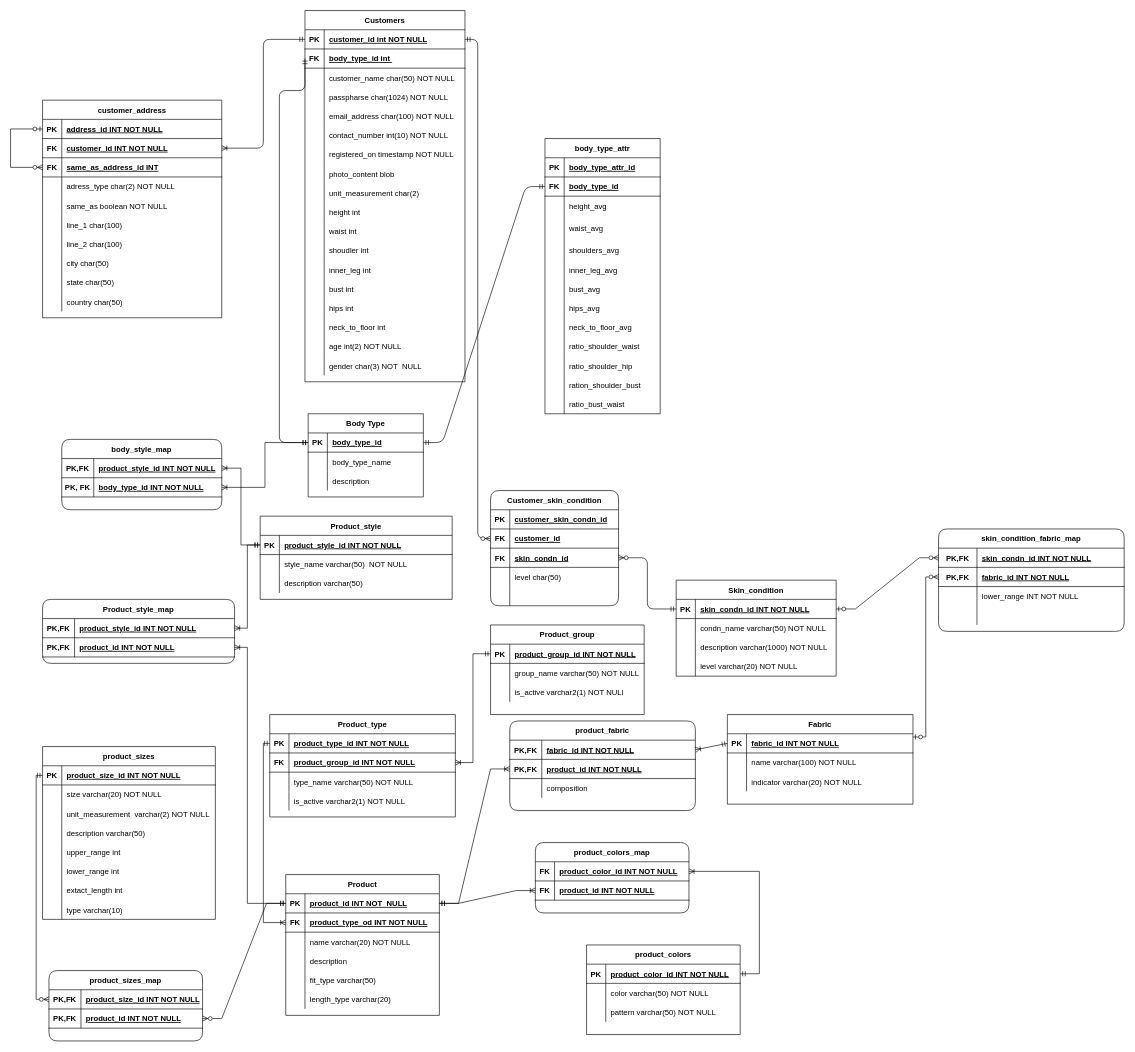
Above: docs/ER_H&M.drawio in saumya-sinha01/GET-YOUR-PERFECT-FIT_data225semproj (draw.io), before the change. Source tidied: cells renumbered, new cells numbered last; positions are measured from the earlier drawing's top-left corner, leaving out a move shared by most shapes. Both pictures are drawn from the tidied source at 64%, with x=0, y=0 at pixel (10, 10).
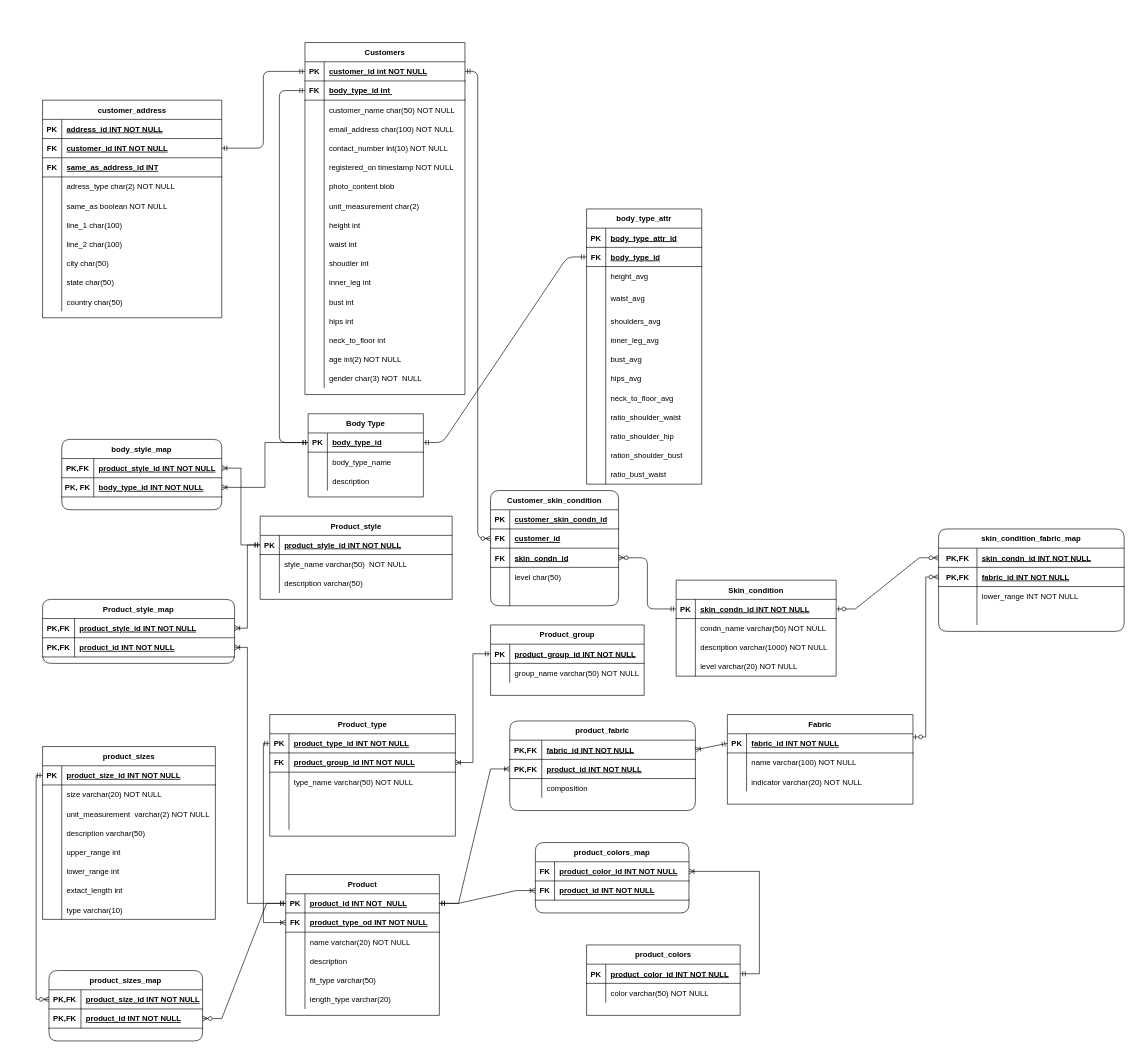
The same page after the edit.

The change refers to these unchanged cells:
```xml
<mxCell id="3" style="shape=partialRectangle;fillColor=none;points=[[0,0.5],[1,0.5]];portConstraint=eastwest;top=0;left=0;right=0;bottom=1;rounded=0;" parent="2" vertex="1">
  <mxGeometry y="30" width="250" height="30" as="geometry" />
</mxCell>
<mxCell id="168" value="customer_address" style="shape=table;startSize=30;childLayout=tableLayout;rowLines=0;fontStyle=1;align=center;rounded=0;swimlaneLine=1;" parent="1" vertex="1">
  <mxGeometry x="50" y="140" width="280" height="340" as="geometry" />
</mxCell>
<mxCell id="169" style="shape=tableRow;horizontal=0;startSize=0;swimlaneHead=0;swimlaneBody=0;fillColor=none;points=[[0,0.5],[1,0.5]];portConstraint=eastwest;top=0;left=0;right=0;bottom=1;rounded=0;" parent="168" vertex="1">
  <mxGeometry y="30" width="280" height="30" as="geometry" />
</mxCell>
<mxCell id="172" style="shape=tableRow;horizontal=0;startSize=0;swimlaneHead=0;swimlaneBody=0;fillColor=none;points=[[0,0.5],[1,0.5]];portConstraint=eastwest;top=0;left=0;right=0;bottom=1;rounded=0;" parent="168" vertex="1">
  <mxGeometry y="60" width="280" height="30" as="geometry" />
</mxCell>
<mxCell id="175" style="shape=tableRow;horizontal=0;startSize=0;swimlaneHead=0;swimlaneBody=0;fillColor=none;points=[[0,0.5],[1,0.5]];portConstraint=eastwest;top=0;left=0;right=0;bottom=1;rounded=0;" parent="168" vertex="1">
  <mxGeometry y="90" width="280" height="30" as="geometry" />
</mxCell>
```

Change to the diagram source:
```diff
@@
     <mxCell id="2" value="Customers" style="shape=table;startSize=30;childLayout=tableLayout;rowLines=0;fontStyle=1;align=center;rounded=0;" parent="1" vertex="1">
-      <mxGeometry x="460" width="250" height="580" as="geometry" />
+      <mxGeometry x="460" y="50" width="250" height="550" as="geometry" />
     </mxCell>
@@
-    <mxCell id="12" style="shape=partialRectangle;fillColor=none;top=0;left=0;right=0;bottom=0;rounded=0;" parent="2" vertex="1">
-      <mxGeometry y="120" width="250" height="30" as="geometry" />
-    </mxCell>
-    <mxCell id="13" style="shape=partialRectangle;overflow=hidden;fillColor=none;top=0;left=0;bottom=0;right=0;rounded=0;" parent="12" vertex="1">
-      <mxGeometry width="30" height="30" as="geometry" />
-    </mxCell>
-    <mxCell id="14" value="passpharse char(1024) NOT NULL" style="shape=partialRectangle;overflow=hidden;fillColor=none;top=0;left=0;bottom=0;right=0;align=left;spacingLeft=6;rounded=0;" parent="12" vertex="1">
-      <mxGeometry x="30" width="220" height="30" as="geometry" />
-    </mxCell>
     <mxCell id="15" style="shape=partialRectangle;fillColor=none;top=0;left=0;right=0;bottom=0;rounded=0;" parent="2" vertex="1">
-      <mxGeometry y="150" width="250" height="30" as="geometry" />
+      <mxGeometry y="120" width="250" height="30" as="geometry" />
     </mxCell>
@@
     <mxCell id="18" style="shape=partialRectangle;fillColor=none;top=0;left=0;right=0;bottom=0;rounded=0;" parent="2" vertex="1">
-      <mxGeometry y="180" width="250" height="30" as="geometry" />
+      <mxGeometry y="150" width="250" height="30" as="geometry" />
     </mxCell>
@@
     <mxCell id="21" style="shape=partialRectangle;fillColor=none;top=0;left=0;right=0;bottom=0;rounded=0;" parent="2" vertex="1">
-      <mxGeometry y="210" width="250" height="30" as="geometry" />
+      <mxGeometry y="180" width="250" height="30" as="geometry" />
     </mxCell>
@@
     <mxCell id="24" style="shape=partialRectangle;fillColor=none;top=0;left=0;right=0;bottom=0;rounded=0;" parent="2" vertex="1">
-      <mxGeometry y="240" width="250" height="30" as="geometry" />
+      <mxGeometry y="210" width="250" height="30" as="geometry" />
     </mxCell>
@@
     <mxCell id="27" style="shape=partialRectangle;fillColor=none;top=0;left=0;right=0;bottom=0;rounded=0;" parent="2" vertex="1">
-      <mxGeometry y="270" width="250" height="30" as="geometry" />
+      <mxGeometry y="240" width="250" height="30" as="geometry" />
     </mxCell>
@@
     <mxCell id="30" style="shape=partialRectangle;fillColor=none;top=0;left=0;right=0;bottom=0;rounded=0;" parent="2" vertex="1">
-      <mxGeometry y="300" width="250" height="30" as="geometry" />
+      <mxGeometry y="270" width="250" height="30" as="geometry" />
     </mxCell>
@@
     <mxCell id="33" style="shape=partialRectangle;fillColor=none;top=0;left=0;right=0;bottom=0;rounded=0;" parent="2" vertex="1">
-      <mxGeometry y="330" width="250" height="30" as="geometry" />
+      <mxGeometry y="300" width="250" height="30" as="geometry" />
     </mxCell>
@@
     <mxCell id="36" style="shape=partialRectangle;fillColor=none;top=0;left=0;right=0;bottom=0;rounded=0;" parent="2" vertex="1">
-      <mxGeometry y="360" width="250" height="30" as="geometry" />
+      <mxGeometry y="330" width="250" height="30" as="geometry" />
     </mxCell>
@@
     <mxCell id="39" style="shape=partialRectangle;fillColor=none;top=0;left=0;right=0;bottom=0;rounded=0;" parent="2" vertex="1">
-      <mxGeometry y="390" width="250" height="30" as="geometry" />
+      <mxGeometry y="360" width="250" height="30" as="geometry" />
     </mxCell>
@@
     <mxCell id="42" style="shape=partialRectangle;fillColor=none;top=0;left=0;right=0;bottom=0;rounded=0;" parent="2" vertex="1">
-      <mxGeometry y="420" width="250" height="30" as="geometry" />
+      <mxGeometry y="390" width="250" height="30" as="geometry" />
     </mxCell>
@@
     <mxCell id="45" style="shape=partialRectangle;fillColor=none;top=0;left=0;right=0;bottom=0;rounded=0;" parent="2" vertex="1">
-      <mxGeometry y="450" width="250" height="30" as="geometry" />
+      <mxGeometry y="420" width="250" height="30" as="geometry" />
     </mxCell>
@@
     <mxCell id="48" style="shape=partialRectangle;fillColor=none;top=0;left=0;right=0;bottom=0;rounded=0;" parent="2" vertex="1">
-      <mxGeometry y="480" width="250" height="30" as="geometry" />
+      <mxGeometry y="450" width="250" height="30" as="geometry" />
     </mxCell>
@@
     <mxCell id="51" style="shape=partialRectangle;fillColor=none;top=0;left=0;right=0;bottom=0;rounded=0;" parent="2" vertex="1">
-      <mxGeometry y="510" width="250" height="30" as="geometry" />
+      <mxGeometry y="480" width="250" height="30" as="geometry" />
     </mxCell>
@@
     <mxCell id="54" style="shape=partialRectangle;fillColor=none;top=0;left=0;right=0;bottom=0;rounded=0;" parent="2" vertex="1">
-      <mxGeometry y="540" width="250" height="30" as="geometry" />
+      <mxGeometry y="510" width="250" height="30" as="geometry" />
     </mxCell>
@@
     <mxCell id="80" value="Product_type" style="shape=table;startSize=30;childLayout=tableLayout;rowLines=0;fontStyle=1;align=center;rounded=0;" parent="1" vertex="1">
-      <mxGeometry x="405" y="1100" width="290" height="160" as="geometry" />
+      <mxGeometry x="405" y="1100" width="290" height="190" as="geometry" />
     </mxCell>
@@
+    <mxCell id="335" style="shape=tableRow;horizontal=0;startSize=0;swimlaneHead=0;swimlaneBody=0;fillColor=none;top=0;left=0;right=0;bottom=0;rounded=0;" parent="80" vertex="1">
+      <mxGeometry y="120" width="290" height="30" as="geometry" />
+    </mxCell>
+    <mxCell id="336" style="shape=partialRectangle;fillColor=none;top=0;left=0;bottom=0;right=0;overflow=hidden;rounded=0;" parent="335" vertex="1">
+      <mxGeometry width="30" height="30" as="geometry" />
+    </mxCell>
+    <mxCell id="337" style="shape=partialRectangle;fillColor=none;top=0;left=0;bottom=0;right=0;align=left;spacingLeft=6;overflow=hidden;rounded=0;" parent="335" vertex="1">
+      <mxGeometry x="30" width="260" height="30" as="geometry" />
+    </mxCell>
     <mxCell id="90" style="shape=tableRow;horizontal=0;startSize=0;swimlaneHead=0;swimlaneBody=0;fillColor=none;top=0;left=0;right=0;bottom=0;rounded=0;" parent="80" vertex="1">
-      <mxGeometry y="120" width="290" height="30" as="geometry" />
+      <mxGeometry y="150" width="290" height="30" as="geometry" />
     </mxCell>
@@
-    <mxCell id="92" value="is_active varchar2(1) NOT NULL" style="shape=partialRectangle;fillColor=none;top=0;left=0;bottom=0;right=0;align=left;spacingLeft=6;overflow=hidden;rounded=0;" parent="90" vertex="1">
+    <mxCell id="92" style="shape=partialRectangle;fillColor=none;top=0;left=0;bottom=0;right=0;align=left;spacingLeft=6;overflow=hidden;rounded=0;" parent="90" vertex="1">
       <mxGeometry x="30" width="260" height="30" as="geometry" />
     </mxCell>
@@
     <mxCell id="128" value="body_type_attr" style="shape=table;startSize=30;childLayout=tableLayout;rowLines=0;fontStyle=1;align=center;rounded=0;" parent="1" vertex="1">
-      <mxGeometry x="835" y="200" width="180" height="430" as="geometry" />
+      <mxGeometry x="900" y="310" width="180" height="430" as="geometry" />
     </mxCell>
@@
-    <mxCell id="199" style="edgeStyle=orthogonalEdgeStyle;fontSize=12;html=1;endArrow=ERzeroToMany;startArrow=ERzeroToOne;rounded=0;exitX=0;exitY=0.5;exitDx=0;exitDy=0;entryX=0;entryY=0.5;entryDx=0;entryDy=0;" parent="168" edge="1" source="169" target="175">
-      <mxGeometry relative="1" as="geometry">
-        <Array as="points">
-          <mxPoint x="-50" y="45" />
-          <mxPoint x="-50" y="105" />
-        </Array>
-      </mxGeometry>
-    </mxCell>
     <mxCell id="200" value="Product_group" style="shape=table;startSize=30;childLayout=tableLayout;rowLines=0;fontStyle=1;align=center;rounded=0;" parent="1" vertex="1">
-      <mxGeometry x="750" y="960" width="240" height="140" as="geometry" />
+      <mxGeometry x="750" y="960" width="240" height="110" as="geometry" />
     </mxCell>
@@
-    <mxCell id="207" style="shape=tableRow;horizontal=0;startSize=0;swimlaneHead=0;swimlaneBody=0;fillColor=none;top=0;left=0;right=0;bottom=0;rounded=0;" parent="200" vertex="1">
-      <mxGeometry y="90" width="240" height="30" as="geometry" />
-    </mxCell>
-    <mxCell id="208" style="shape=partialRectangle;fillColor=none;top=0;left=0;bottom=0;right=0;overflow=hidden;rounded=0;" parent="207" vertex="1">
-      <mxGeometry width="30" height="30" as="geometry" />
-    </mxCell>
-    <mxCell id="209" value="is_active varchar2(1) NOT NULl" style="shape=partialRectangle;fillColor=none;top=0;left=0;bottom=0;right=0;align=left;spacingLeft=6;overflow=hidden;rounded=0;" parent="207" vertex="1">
-      <mxGeometry x="30" width="210" height="30" as="geometry" />
-    </mxCell>
@@
     <mxCell id="247" value="product_colors" style="shape=table;startSize=30;childLayout=tableLayout;rowLines=0;fontStyle=1;align=center;rounded=0;" parent="1" vertex="1">
-      <mxGeometry x="900" y="1460" width="240" height="140" as="geometry" />
+      <mxGeometry x="900" y="1460" width="240" height="110" as="geometry" />
     </mxCell>
@@
-    <mxCell id="254" style="shape=tableRow;horizontal=0;startSize=0;swimlaneHead=0;swimlaneBody=0;fillColor=none;top=0;left=0;right=0;bottom=0;rounded=0;" parent="247" vertex="1">
-      <mxGeometry y="90" width="240" height="30" as="geometry" />
-    </mxCell>
-    <mxCell id="255" style="shape=partialRectangle;fillColor=none;top=0;left=0;bottom=0;right=0;overflow=hidden;rounded=0;" parent="254" vertex="1">
-      <mxGeometry width="30" height="30" as="geometry" />
-    </mxCell>
-    <mxCell id="256" value="pattern varchar(50) NOT NULL" style="shape=partialRectangle;fillColor=none;top=0;left=0;bottom=0;right=0;align=left;spacingLeft=6;overflow=hidden;rounded=0;" parent="254" vertex="1">
-      <mxGeometry x="30" width="210" height="30" as="geometry" />
-    </mxCell>
@@
-    <mxCell id="332" style="fontSize=12;html=1;endArrow=ERmandOne;rounded=1;exitX=1;exitY=0.5;exitDx=0;exitDy=0;entryX=0;entryY=0.5;entryDx=0;entryDy=0;startArrow=ERoneToMany;startFill=0;edgeStyle=orthogonalEdgeStyle;" parent="1" edge="1" source="172" target="3">
+    <mxCell id="332" style="fontSize=12;html=1;endArrow=ERmandOne;rounded=1;exitX=1;exitY=0.5;exitDx=0;exitDy=0;entryX=0;entryY=0.5;entryDx=0;entryDy=0;startArrow=ERmandOne;startFill=0;edgeStyle=orthogonalEdgeStyle;" parent="1" edge="1" source="172" target="3">
       <mxGeometry relative="1" as="geometry" />
     </mxCell>
```
